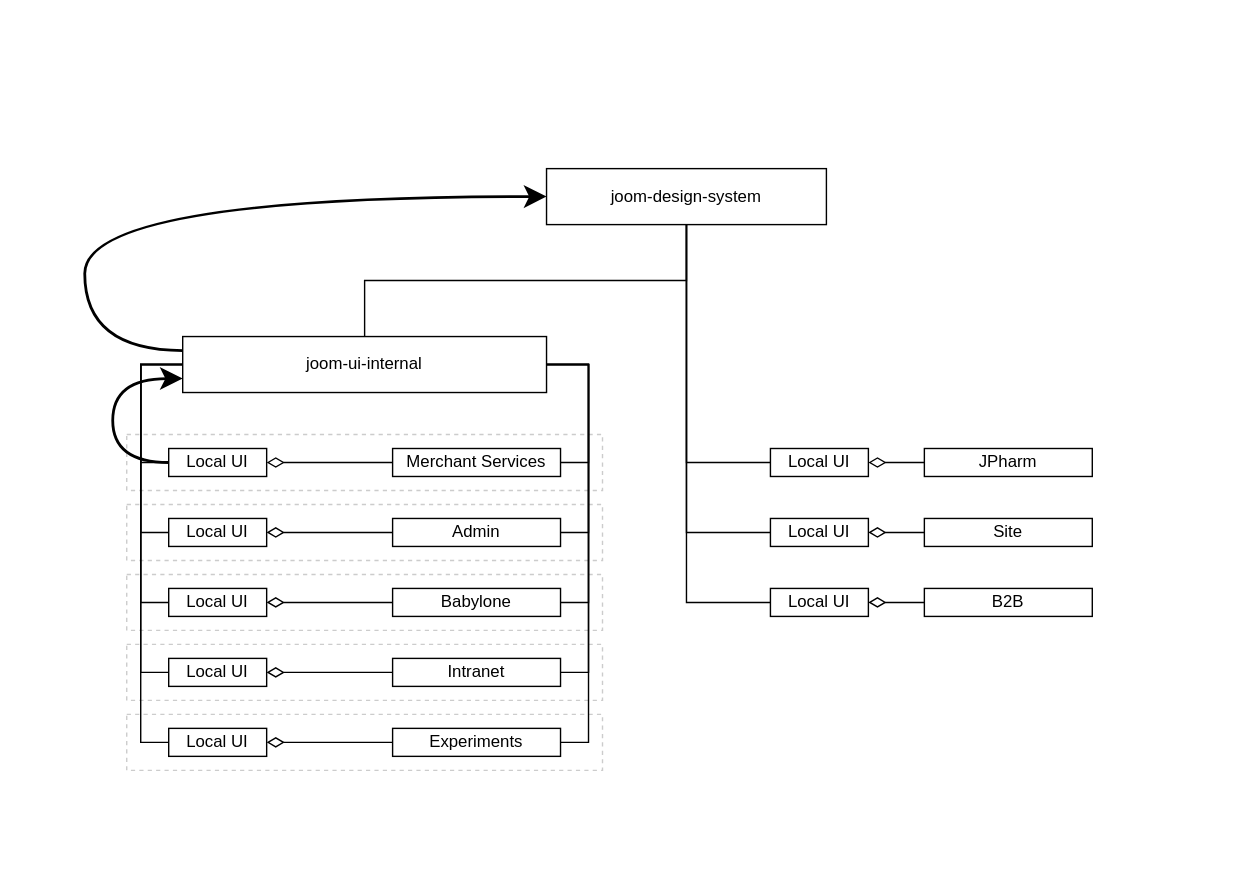
Above: design-system.svg in ajile/draw-io (draw.io), before the change. Source tidied: cells renumbered, new cells last; positions are measured from the earlier drawing's top-left corner, leaving out a move shared by most shapes.
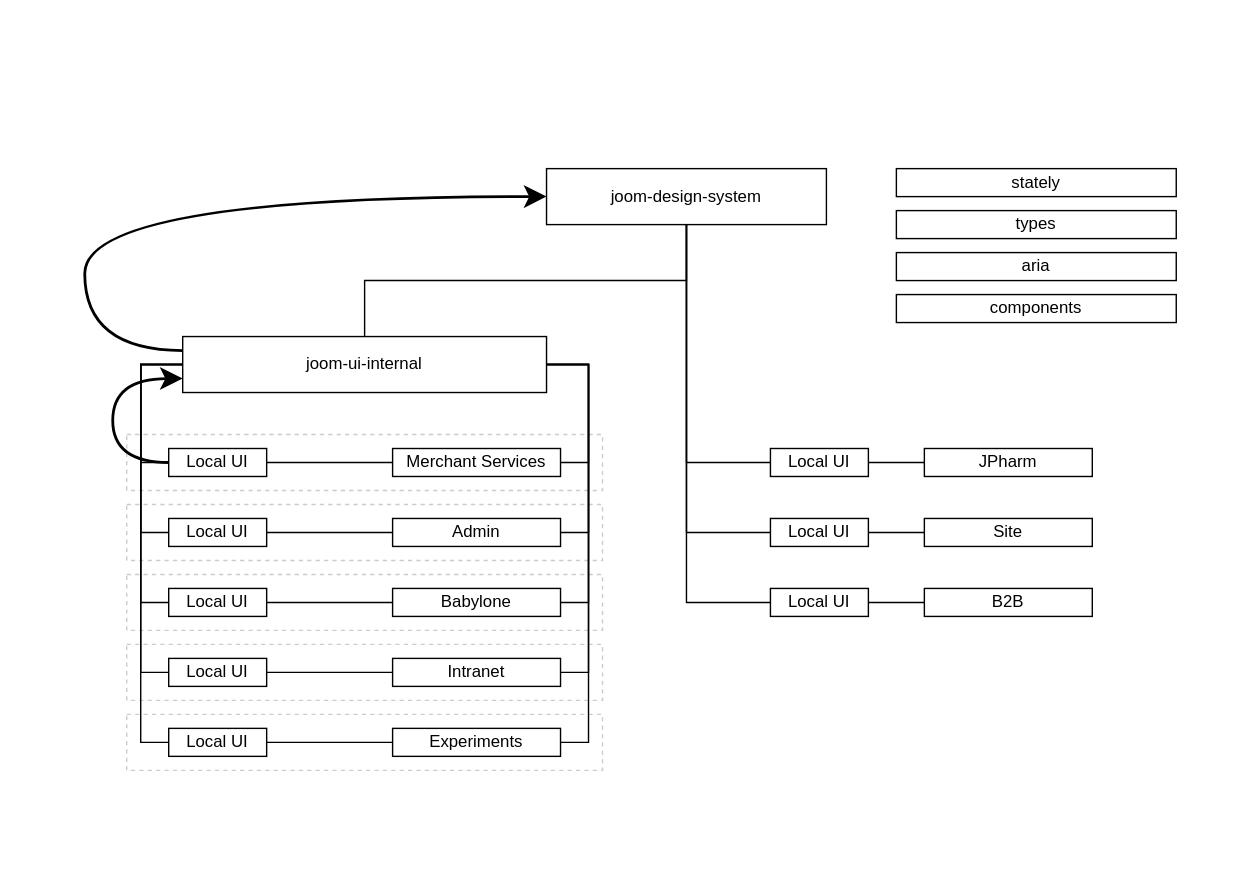
After the change.

Change to the diagram source:
```diff
@@ -41,7 +41,7 @@
     <mxCell id="13" style="edgeStyle=orthogonalEdgeStyle;rounded=0;jettySize=auto;html=1;startSize=10;endArrow=none;endFill=0;endSize=10;exitX=1;exitY=0.5;exitDx=0;exitDy=0;entryX=1;entryY=0.5;entryDx=0;entryDy=0;" parent="3" edge="1" source="15" target="11">
       <mxGeometry relative="1" as="geometry" />
     </mxCell>
-    <mxCell id="14" style="edgeStyle=orthogonalEdgeStyle;rounded=0;jettySize=auto;html=1;entryX=1;entryY=0.5;entryDx=0;entryDy=0;startSize=10;endArrow=diamondThin;endFill=0;endSize=10;" parent="3" edge="1" source="15" target="33">
+    <mxCell id="14" style="edgeStyle=orthogonalEdgeStyle;rounded=0;jettySize=auto;html=1;entryX=1;entryY=0.5;entryDx=0;entryDy=0;startSize=10;endArrow=none;endFill=0;endSize=10;" parent="3" edge="1" source="15" target="33">
       <mxGeometry relative="1" as="geometry" />
     </mxCell>
     <mxCell id="15" value="Merchant Services" style="rounded=0;whiteSpace=wrap;html=1;" parent="3" vertex="1">
@@ -50,7 +50,7 @@
     <mxCell id="16" style="edgeStyle=orthogonalEdgeStyle;rounded=0;jettySize=auto;html=1;startSize=10;endArrow=none;endFill=0;endSize=10;exitX=1;exitY=0.5;exitDx=0;exitDy=0;entryX=1;entryY=0.5;entryDx=0;entryDy=0;" parent="3" edge="1" source="18" target="11">
       <mxGeometry relative="1" as="geometry" />
     </mxCell>
-    <mxCell id="17" style="edgeStyle=orthogonalEdgeStyle;rounded=0;jettySize=auto;html=1;startSize=10;endArrow=diamondThin;endFill=0;endSize=10;" parent="3" edge="1" source="18" target="35">
+    <mxCell id="17" style="edgeStyle=orthogonalEdgeStyle;rounded=0;jettySize=auto;html=1;startSize=10;endArrow=none;endFill=0;endSize=10;" parent="3" edge="1" source="18" target="35">
       <mxGeometry relative="1" as="geometry" />
     </mxCell>
     <mxCell id="18" value="Admin" style="rounded=0;whiteSpace=wrap;html=1;" parent="3" vertex="1">
@@ -59,7 +59,7 @@
     <mxCell id="19" style="edgeStyle=orthogonalEdgeStyle;rounded=0;jettySize=auto;html=1;startSize=10;endArrow=none;endFill=0;endSize=10;exitX=1;exitY=0.5;exitDx=0;exitDy=0;entryX=1;entryY=0.5;entryDx=0;entryDy=0;" parent="3" edge="1" source="21" target="11">
       <mxGeometry relative="1" as="geometry" />
     </mxCell>
-    <mxCell id="20" style="edgeStyle=orthogonalEdgeStyle;rounded=0;jettySize=auto;html=1;startSize=10;endArrow=diamondThin;endFill=0;endSize=10;" parent="3" edge="1" source="21" target="37">
+    <mxCell id="20" style="edgeStyle=orthogonalEdgeStyle;rounded=0;jettySize=auto;html=1;startSize=10;endArrow=none;endFill=0;endSize=10;" parent="3" edge="1" source="21" target="37">
       <mxGeometry relative="1" as="geometry" />
     </mxCell>
     <mxCell id="21" value="Babylone" style="rounded=0;whiteSpace=wrap;html=1;" parent="3" vertex="1">
@@ -68,25 +68,25 @@
     <mxCell id="22" style="edgeStyle=orthogonalEdgeStyle;rounded=0;jettySize=auto;html=1;startSize=10;endArrow=none;endFill=0;endSize=10;exitX=1;exitY=0.5;exitDx=0;exitDy=0;entryX=1;entryY=0.5;entryDx=0;entryDy=0;" parent="3" edge="1" source="24" target="11">
       <mxGeometry relative="1" as="geometry" />
     </mxCell>
-    <mxCell id="23" style="edgeStyle=orthogonalEdgeStyle;rounded=0;jettySize=auto;html=1;entryX=1;entryY=0.5;entryDx=0;entryDy=0;startSize=10;endArrow=diamondThin;endFill=0;endSize=10;" parent="3" edge="1" source="24" target="39">
+    <mxCell id="23" style="edgeStyle=orthogonalEdgeStyle;rounded=0;jettySize=auto;html=1;entryX=1;entryY=0.5;entryDx=0;entryDy=0;startSize=10;endArrow=none;endFill=0;endSize=10;" parent="3" edge="1" source="24" target="39">
       <mxGeometry relative="1" as="geometry" />
     </mxCell>
     <mxCell id="24" value="Intranet" style="rounded=0;whiteSpace=wrap;html=1;" parent="3" vertex="1">
       <mxGeometry x="280" y="470" width="120" height="20" as="geometry" />
     </mxCell>
-    <mxCell id="25" style="edgeStyle=orthogonalEdgeStyle;rounded=0;jettySize=auto;html=1;startSize=10;endArrow=diamondThin;endFill=0;endSize=10;" parent="3" edge="1" source="26" target="41">
+    <mxCell id="25" style="edgeStyle=orthogonalEdgeStyle;rounded=0;jettySize=auto;html=1;startSize=10;endArrow=none;endFill=0;endSize=10;" parent="3" edge="1" source="26" target="41">
       <mxGeometry relative="1" as="geometry" />
     </mxCell>
     <mxCell id="26" value="Site" style="rounded=0;whiteSpace=wrap;html=1;" parent="3" vertex="1">
       <mxGeometry x="660" y="370" width="120" height="20" as="geometry" />
     </mxCell>
-    <mxCell id="27" style="edgeStyle=orthogonalEdgeStyle;rounded=0;jettySize=auto;html=1;startSize=10;endArrow=diamondThin;endFill=0;endSize=10;" parent="3" edge="1" source="28" target="40">
+    <mxCell id="27" style="edgeStyle=orthogonalEdgeStyle;rounded=0;jettySize=auto;html=1;startSize=10;endArrow=none;endFill=0;endSize=10;" parent="3" edge="1" source="28" target="40">
       <mxGeometry relative="1" as="geometry" />
     </mxCell>
     <mxCell id="28" value="JPharm" style="rounded=0;whiteSpace=wrap;html=1;" parent="3" vertex="1">
       <mxGeometry x="660" y="320" width="120" height="20" as="geometry" />
     </mxCell>
-    <mxCell id="29" style="edgeStyle=orthogonalEdgeStyle;rounded=0;jettySize=auto;html=1;startSize=10;endArrow=diamondThin;endFill=0;endSize=10;" parent="3" edge="1" source="30" target="42">
+    <mxCell id="29" style="edgeStyle=orthogonalEdgeStyle;rounded=0;jettySize=auto;html=1;startSize=10;endArrow=none;endFill=0;endSize=10;" parent="3" edge="1" source="30" target="42">
       <mxGeometry relative="1" as="geometry" />
     </mxCell>
     <mxCell id="30" value="B2B" style="rounded=0;whiteSpace=wrap;html=1;" parent="3" vertex="1">
@@ -142,7 +142,7 @@
     <mxCell id="45" style="rounded=0;whiteSpace=wrap;html=1;dashed=1;fillColor=none;strokeColor=#CCCCCC;" parent="3" vertex="1">
       <mxGeometry x="90" y="510" width="340" height="40" as="geometry" />
     </mxCell>
-    <mxCell id="46" style="edgeStyle=orthogonalEdgeStyle;rounded=0;jettySize=auto;html=1;entryX=1;entryY=0.5;entryDx=0;entryDy=0;startSize=10;endArrow=diamondThin;endFill=0;endSize=10;" parent="3" edge="1" source="47" target="48">
+    <mxCell id="46" style="edgeStyle=orthogonalEdgeStyle;rounded=0;jettySize=auto;html=1;entryX=1;entryY=0.5;entryDx=0;entryDy=0;startSize=10;endArrow=none;endFill=0;endSize=10;" parent="3" edge="1" source="47" target="48">
       <mxGeometry relative="1" as="geometry" />
     </mxCell>
     <mxCell id="47" value="Experiments" style="rounded=0;whiteSpace=wrap;html=1;" parent="3" vertex="1">
@@ -157,5 +157,17 @@
     <mxCell id="50" style="edgeStyle=orthogonalEdgeStyle;rounded=0;jettySize=auto;html=1;startSize=10;endArrow=none;endFill=0;endSize=10;exitX=1;exitY=0.5;exitDx=0;exitDy=0;entryX=1;entryY=0.5;entryDx=0;entryDy=0;" parent="3" edge="1" source="47" target="11">
       <mxGeometry relative="1" as="geometry" />
     </mxCell>
+    <mxCell id="51" value="stately" style="rounded=0;whiteSpace=wrap;html=1;" parent="3" vertex="1">
+      <mxGeometry x="640" y="120" width="200" height="20" as="geometry" />
+    </mxCell>
+    <mxCell id="52" value="types" style="rounded=0;whiteSpace=wrap;html=1;" parent="3" vertex="1">
+      <mxGeometry x="640" y="150" width="200" height="20" as="geometry" />
+    </mxCell>
+    <mxCell id="53" value="aria" style="rounded=0;whiteSpace=wrap;html=1;" parent="3" vertex="1">
+      <mxGeometry x="640" y="180" width="200" height="20" as="geometry" />
+    </mxCell>
+    <mxCell id="54" value="components" style="rounded=0;whiteSpace=wrap;html=1;" parent="3" vertex="1">
+      <mxGeometry x="640" y="210" width="200" height="20" as="geometry" />
+    </mxCell>
   </root>
 </mxGraphModel>
```
